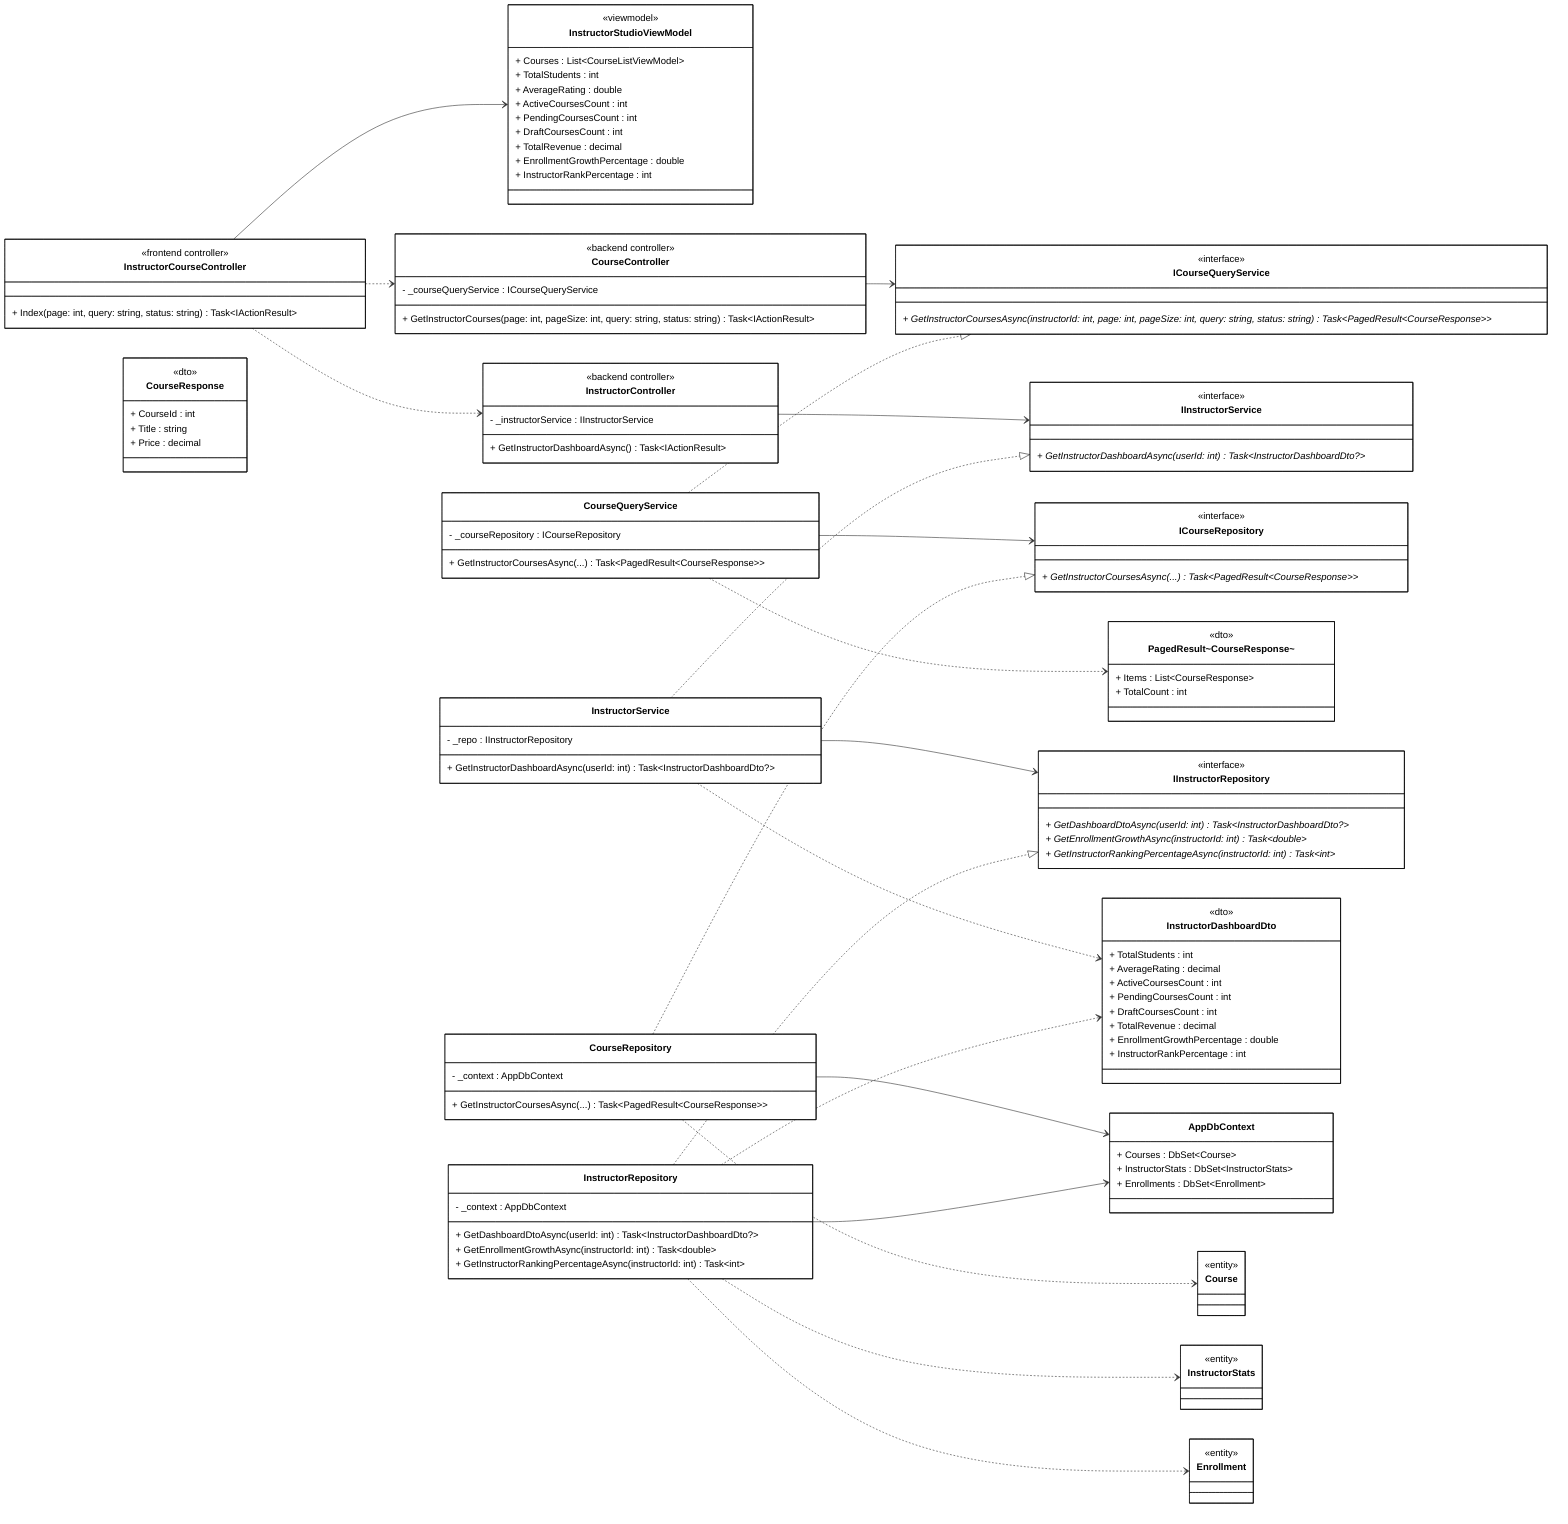
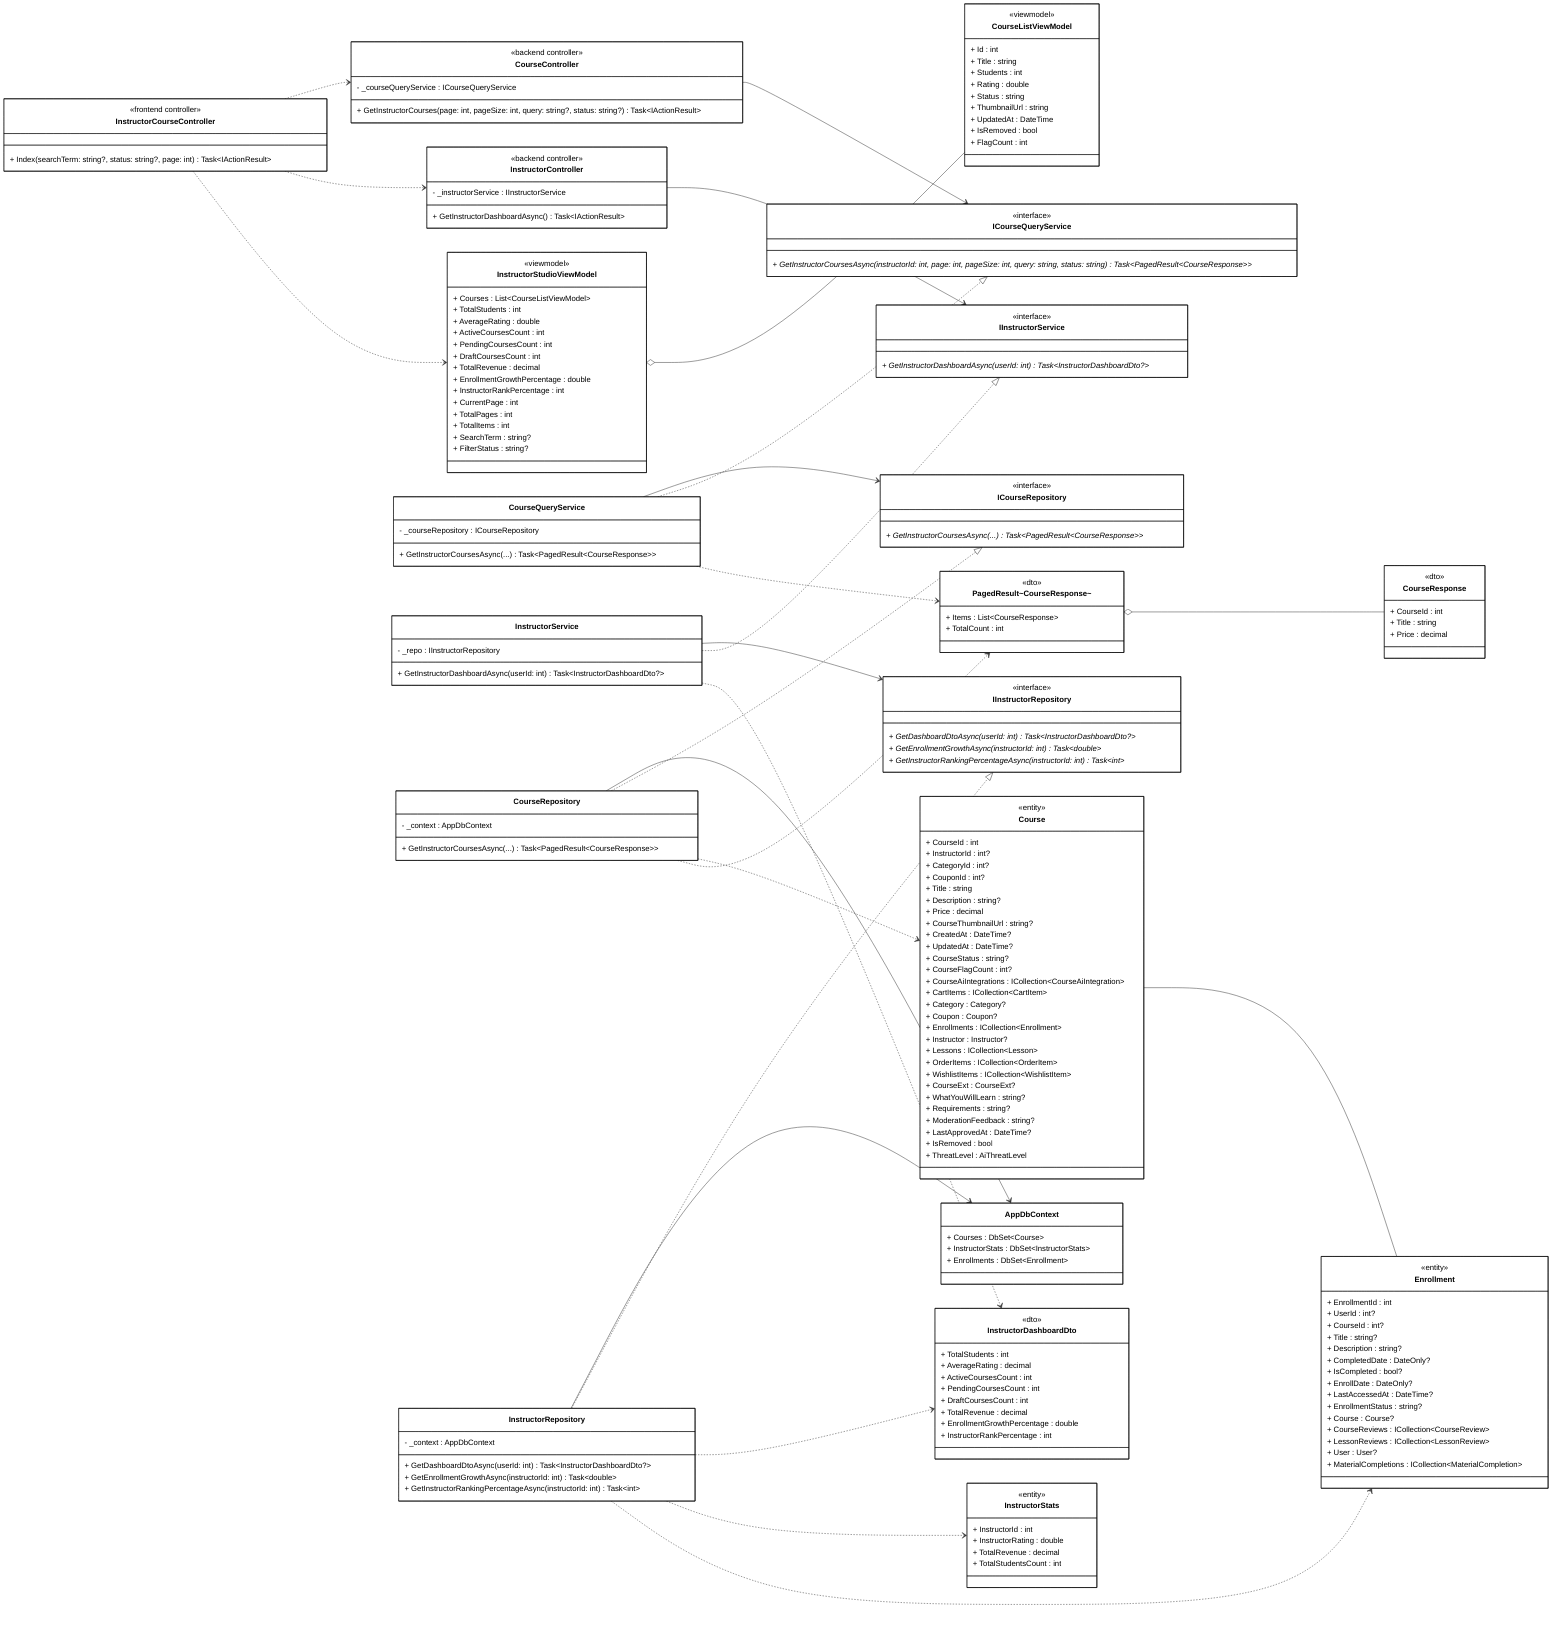
classDiagram
direction LR

%% ==================== FRONTEND ====================

class InstructorCourseControllerFE["InstructorCourseController"] {
    <<frontend controller>>
-     + Index(page: int, query: string, status: string) Task~IActionResult~
+     + Index(searchTerm: string?, status: string?, page: int) Task~IActionResult~
}

class InstructorStudioViewModel {
    <<viewmodel>>
    + Courses : List~CourseListViewModel~
    + TotalStudents : int
    + AverageRating : double
    + ActiveCoursesCount : int
    + PendingCoursesCount : int
    + DraftCoursesCount : int
    + TotalRevenue : decimal
    + EnrollmentGrowthPercentage : double
    + InstructorRankPercentage : int
+     + CurrentPage : int
+     + TotalPages : int
+     + TotalItems : int
+     + SearchTerm : string?
+     + FilterStatus : string?
+ }
+ 
+ class CourseListViewModel {
+     <<viewmodel>>
+     + Id : int
+     + Title : string
+     + Students : int
+     + Rating : double
+     + Status : string
+     + ThumbnailUrl : string
+     + UpdatedAt : DateTime
+     + IsRemoved : bool
+     + FlagCount : int
}

%% ==================== BACKEND - CONTROLLER ====================

class CourseController {
    <<backend controller>>
    - _courseQueryService : ICourseQueryService
-     + GetInstructorCourses(page: int, pageSize: int, query: string, status: string) Task~IActionResult~
+     + GetInstructorCourses(page: int, pageSize: int, query: string?, status: string?) Task~IActionResult~
}

class InstructorController {
    <<backend controller>>
    - _instructorService : IInstructorService
    + GetInstructorDashboardAsync() Task~IActionResult~
}

%% ==================== BACKEND - DTOs ====================

class PagedResultCourseResponse["PagedResult~CourseResponse~"] {
    <<dto>>
    + Items : List~CourseResponse~
    + TotalCount : int
}

class CourseResponse {
    <<dto>>
    + CourseId : int
    + Title : string
    + Price : decimal
}

class InstructorDashboardDto {
    <<dto>>
    + TotalStudents : int
    + AverageRating : decimal
    + ActiveCoursesCount : int
    + PendingCoursesCount : int
    + DraftCoursesCount : int
    + TotalRevenue : decimal
    + EnrollmentGrowthPercentage : double
    + InstructorRankPercentage : int
}

%% ==================== BACKEND - DOMAIN ENTITIES ====================

class Course {
    <<entity>>
+     + CourseId : int
+     + InstructorId : int?
+     + CategoryId : int?
+     + CouponId : int?
+     + Title : string
+     + Description : string?
+     + Price : decimal
+     + CourseThumbnailUrl : string?
+     + CreatedAt : DateTime?
+     + UpdatedAt : DateTime?
+     + CourseStatus : string?
+     + CourseFlagCount : int?
+     + CourseAiIntegrations : ICollection~CourseAiIntegration~
+     + CartItems : ICollection~CartItem~
+     + Category : Category?
+     + Coupon : Coupon?
+     + Enrollments : ICollection~Enrollment~
+     + Instructor : Instructor?
+     + Lessons : ICollection~Lesson~
+     + OrderItems : ICollection~OrderItem~
+     + WishlistItems : ICollection~WishlistItem~
+     + CourseExt : CourseExt?
+     + WhatYouWillLearn : string?
+     + Requirements : string?
+     + ModerationFeedback : string?
+     + LastApprovedAt : DateTime?
+     + IsRemoved : bool
+     + ThreatLevel : AiThreatLevel
}

class InstructorStats {
    <<entity>>
+     + InstructorId : int
+     + InstructorRating : double
+     + TotalRevenue : decimal
+     + TotalStudentsCount : int
}

class Enrollment {
    <<entity>>
+     + EnrollmentId : int
+     + UserId : int?
+     + CourseId : int?
+     + Title : string?
+     + Description : string?
+     + CompletedDate : DateOnly?
+     + IsCompleted : bool?
+     + EnrollDate : DateOnly?
+     + LastAccessedAt : DateTime?
+     + EnrollmentStatus : string?
+     + Course : Course?
+     + CourseReviews : ICollection~CourseReview~
+     + LessonReviews : ICollection~LessonReview~
+     + User : User?
+     + MaterialCompletions : ICollection~MaterialCompletion~
}

%% ==================== BACKEND - SERVICE INTERFACES ====================

class ICourseQueryService {
    <<interface>>
    + GetInstructorCoursesAsync(instructorId: int, page: int, pageSize: int, query: string, status: string) Task~PagedResult~CourseResponse~~ *
}

class IInstructorService {
    <<interface>>
    + GetInstructorDashboardAsync(userId: int) Task~InstructorDashboardDto?~ *
}

class ICourseRepository {
    <<interface>>
    + GetInstructorCoursesAsync(...) Task~PagedResult~CourseResponse~~ *
}

class IInstructorRepository {
    <<interface>>
    + GetDashboardDtoAsync(userId: int) Task~InstructorDashboardDto?~ *
    + GetEnrollmentGrowthAsync(instructorId: int) Task~double~ *
    + GetInstructorRankingPercentageAsync(instructorId: int) Task~int~ *
}

%% ==================== BACKEND - SERVICE IMPLEMENTATION ====================

class CourseQueryService {
    - _courseRepository : ICourseRepository
    + GetInstructorCoursesAsync(...) Task~PagedResult~CourseResponse~~
}

class InstructorService {
    - _repo : IInstructorRepository
    + GetInstructorDashboardAsync(userId: int) Task~InstructorDashboardDto?~
}

%% ==================== BACKEND - REPOSITORY IMPLEMENTATION ====================

class CourseRepository {
    - _context : AppDbContext
    + GetInstructorCoursesAsync(...) Task~PagedResult~CourseResponse~~
}

class InstructorRepository {
    - _context : AppDbContext
    + GetDashboardDtoAsync(userId: int) Task~InstructorDashboardDto?~
    + GetEnrollmentGrowthAsync(instructorId: int) Task~double~
    + GetInstructorRankingPercentageAsync(instructorId: int) Task~int~
}

%% ==================== BACKEND - DbContext ====================

class AppDbContext {
    + Courses : DbSet~Course~
    + InstructorStats : DbSet~InstructorStats~
    + Enrollments : DbSet~Enrollment~
}

%% ==================== RELATIONSHIPS ====================

- InstructorCourseControllerFE --> InstructorStudioViewModel
+ %% === COMPOSITION & AGGREGATION ===
+ InstructorStudioViewModel o-- CourseListViewModel
+ PagedResultCourseResponse o-- CourseResponse
+ Course -- Enrollment
+ 
+ %% === UNIDIRECTIONAL ASSOCIATION ===
+ CourseController --> ICourseQueryService
+ InstructorController --> IInstructorService
+ 
+ CourseQueryService --> ICourseRepository
+ InstructorService --> IInstructorRepository
+ 
+ CourseRepository --> AppDbContext
+ InstructorRepository --> AppDbContext
+ 
+ %% === INTERFACE REALIZATION ===
+ CourseQueryService ..|> ICourseQueryService
+ InstructorService ..|> IInstructorService
+ CourseRepository ..|> ICourseRepository
+ InstructorRepository ..|> IInstructorRepository
+ 
+ %% === DEPENDENCY (dashed arrows) ===
InstructorCourseControllerFE ..> CourseController
InstructorCourseControllerFE ..> InstructorController
- 
- CourseController --> ICourseQueryService
- InstructorController --> IInstructorService
- 
- CourseQueryService ..|> ICourseQueryService
- InstructorService ..|> IInstructorService
- 
- CourseQueryService --> ICourseRepository
- InstructorService --> IInstructorRepository
- 
- CourseRepository ..|> ICourseRepository
- InstructorRepository ..|> IInstructorRepository
- 
- CourseRepository --> AppDbContext
- InstructorRepository --> AppDbContext
+ InstructorCourseControllerFE ..> InstructorStudioViewModel

CourseQueryService ..> PagedResultCourseResponse
CourseRepository ..> Course
+ CourseRepository ..> PagedResultCourseResponse

InstructorService ..> InstructorDashboardDto
InstructorRepository ..> InstructorDashboardDto
InstructorRepository ..> InstructorStats
InstructorRepository ..> Enrollment

%% ==================== STYLES ====================

- classDef default fill:#FFFFFF,stroke:#000000,stroke-width:1px,color:#000000+ classDef default fill:#FFFFFF,stroke:#000000,stroke-width:1px,color:#000000
